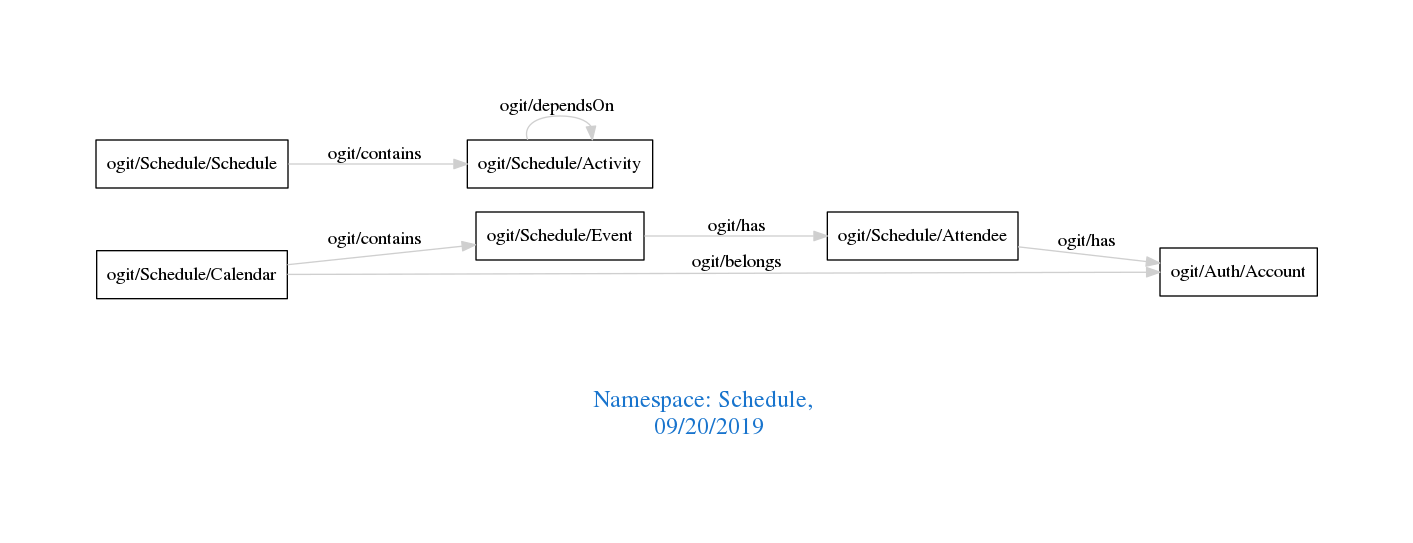
This is downloads/Schedule.png from arago/OGIT, a Graphviz export, as it was before one commit. Its source is kept beside it as downloads/Schedule.dot.
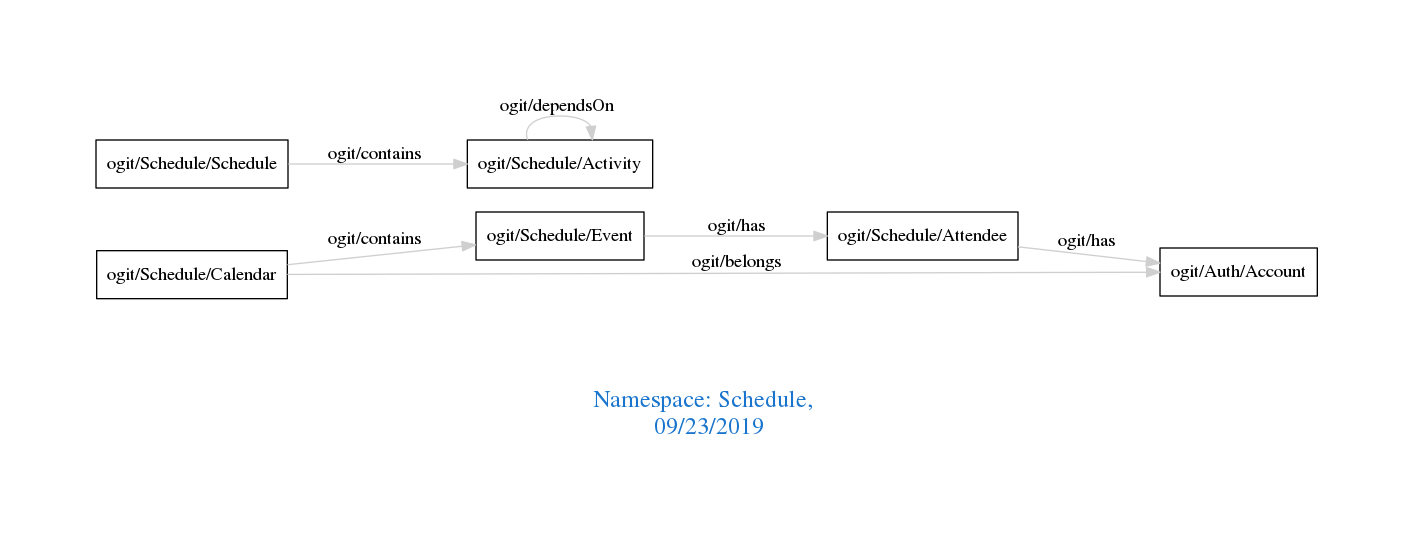
The same diagram one commit later.

Diff of the diagram source:
```diff
@@ -1,7 +1,7 @@
 digraph OGIT_ontology {
  graph [ rankdir= LR,pad=1
 fontsize = 18,
-fontcolor= dodgerblue3,label = "\n\n\nNamespace: Schedule, \n 09/20/2019"];
+fontcolor= dodgerblue3,label = "\n\n\nNamespace: Schedule, \n 09/23/2019"];
 node[shape=polygon];
 edge [  color="gray81"];
 
```
